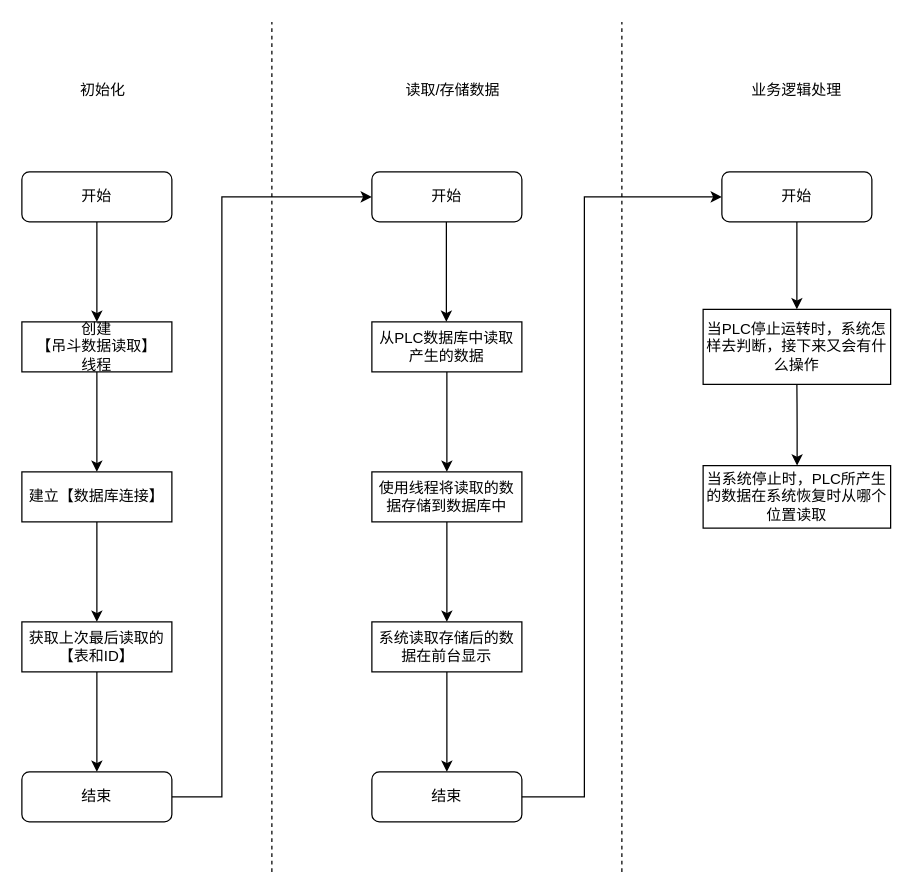
Earlier version of the draw.io diagram 吊斗集成.drawio (llf-xyafu/hello-world). Source tidied: cells renumbered, new cells numbered last; positions are measured from the earlier drawing's top-left corner, leaving out a move shared by most shapes. Both pictures are drawn from the tidied source at 125%, with x=0, y=0 at pixel (21, 21).
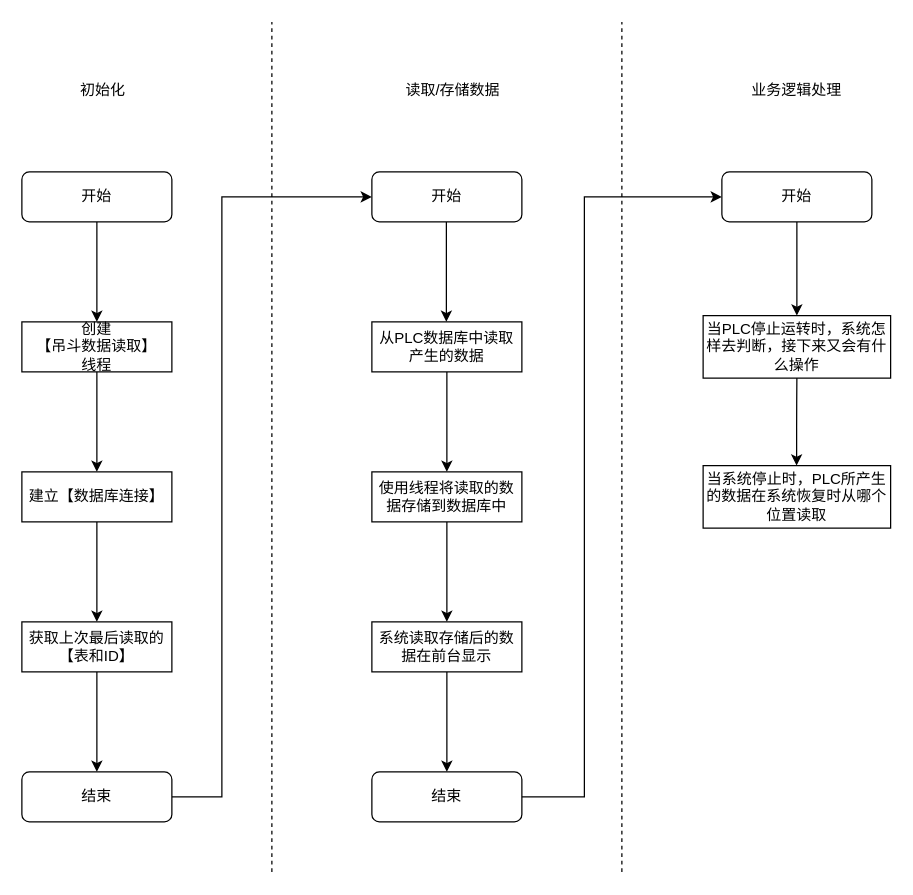
After the change.

The edit, as a diff of the source:
```diff
@@
     <mxCell id="13" value="当PLC停止运转时，系统怎样去判断，接下来又会有什么操作" style="rounded=0;whiteSpace=wrap;html=1;" parent="1" vertex="1">
-      <mxGeometry x="545" y="230" width="150" height="60" as="geometry" />
+      <mxGeometry x="545" y="235" width="150" height="50" as="geometry" />
     </mxCell>
@@
-    <mxCell id="31" style="endArrow=classic;html=1;strokeWidth=1;" parent="1" edge="1">
+    <mxCell id="31" style="endArrow=classic;html=1;strokeWidth=1;exitX=0.5;exitY=1;exitDx=0;exitDy=0;" parent="1" edge="1" source="13">
       <mxGeometry relative="1" as="geometry">
-        <mxPoint x="620" y="290" as="sourcePoint" />
-        <mxPoint x="620.2" y="355" as="targetPoint" />
+        <mxPoint x="619.8" y="355" as="targetPoint" />
         <Array as="points">
-          <mxPoint x="620.2" y="315" />
+          <mxPoint x="619.8" y="315" />
         </Array>
       </mxGeometry>
     </mxCell>
```
